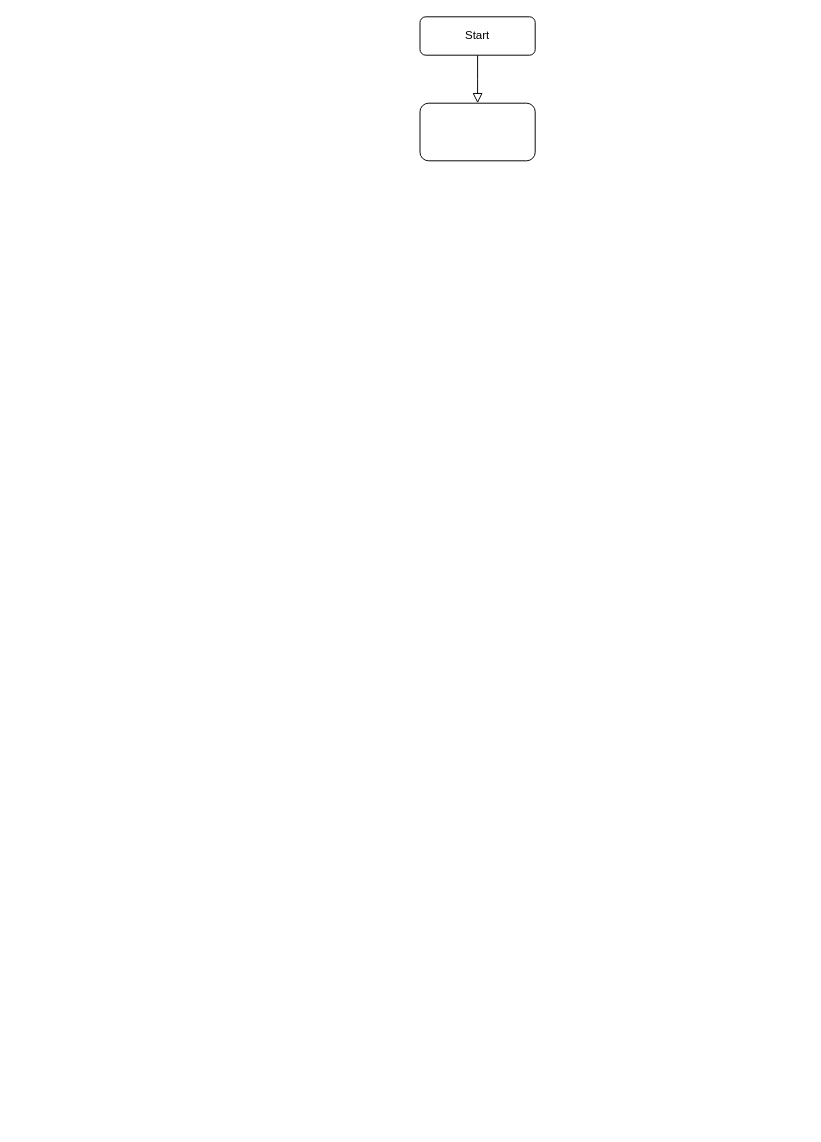
The draw.io diagram dotnet/AlghorithmsExampleProject/Untitled Diagram.drawio in kmaraszkiewicz86/tutorials, before the edit. Source tidied: cells renumbered, new cells numbered last; positions are measured from the earlier drawing's top-left corner, leaving out a move shared by most shapes. Both pictures are drawn from the tidied source at 96%, with x=0, y=0 at pixel (420, 16).
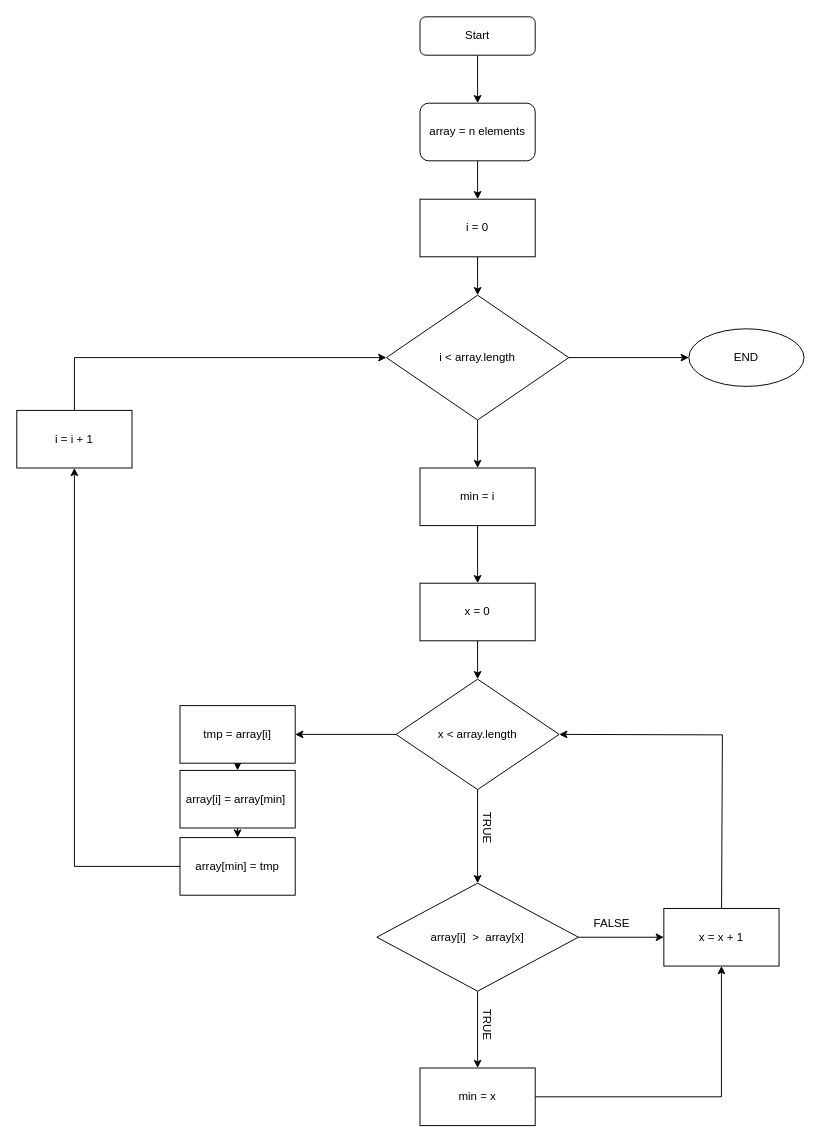
The same diagram, later.

The change refers to these unchanged cells:
```xml
<mxCell id="3" value="Start" style="rounded=1;whiteSpace=wrap;html=1;fontSize=12;glass=0;strokeWidth=1;shadow=0;" parent="1" vertex="1">
  <mxGeometry width="120" height="40" as="geometry" />
</mxCell>
```

The edit, as a diff of the source:
```diff
@@
-    <mxCell id="2" style="rounded=0;html=1;jettySize=auto;fontSize=11;endArrow=block;endFill=0;endSize=8;strokeWidth=1;shadow=0;labelBackgroundColor=none;edgeStyle=orthogonalEdgeStyle;" parent="1" edge="1" source="3">
-      <mxGeometry relative="1" as="geometry">
-        <mxPoint x="60" y="90" as="targetPoint" />
-      </mxGeometry>
-    </mxCell>
+    <mxCell id="9" style="edgeStyle=orthogonalEdgeStyle;rounded=0;jettySize=auto;html=1;" parent="1" edge="1" source="3" target="8">
+      <mxGeometry relative="1" as="geometry" />
+    </mxCell>
@@
+    <mxCell id="10" style="edgeStyle=none;rounded=0;jettySize=auto;html=1;" parent="1" edge="1" source="8" target="41">
+      <mxGeometry relative="1" as="geometry" />
+    </mxCell>
-    <mxCell id="8" style="rounded=1;whiteSpace=wrap;html=1;" parent="1" vertex="1">
+    <mxCell id="8" value="array = n elements" style="rounded=1;whiteSpace=wrap;html=1;" parent="1" vertex="1">
       <mxGeometry y="90" width="120" height="60" as="geometry" />
     </mxCell>
+    <mxCell id="11" style="edgeStyle=orthogonalEdgeStyle;rounded=0;jettySize=auto;html=1;" parent="1" edge="1" source="13" target="15">
+      <mxGeometry relative="1" as="geometry">
+        <Array as="points">
+          <mxPoint x="60" y="440" />
+          <mxPoint x="60" y="440" />
+        </Array>
+      </mxGeometry>
+    </mxCell>
+    <mxCell id="12" style="edgeStyle=none;rounded=0;jettySize=auto;html=1;" parent="1" edge="1" source="13" target="35">
+      <mxGeometry relative="1" as="geometry" />
+    </mxCell>
+    <mxCell id="13" value="i &amp;lt; array.length" style="rhombus;whiteSpace=wrap;html=1;" parent="1" vertex="1">
+      <mxGeometry x="-35" y="290" width="190" height="130" as="geometry" />
+    </mxCell>
+    <mxCell id="14" style="edgeStyle=none;rounded=0;jettySize=auto;html=1;" parent="1" edge="1" source="15" target="39">
+      <mxGeometry relative="1" as="geometry" />
+    </mxCell>
+    <mxCell id="15" value="min = i" style="rounded=0;whiteSpace=wrap;html=1;" parent="1" vertex="1">
+      <mxGeometry y="470" width="120" height="60" as="geometry" />
+    </mxCell>
+    <mxCell id="16" style="edgeStyle=orthogonalEdgeStyle;rounded=0;jettySize=auto;html=1;" parent="1" edge="1" source="18" target="21">
+      <mxGeometry relative="1" as="geometry" />
+    </mxCell>
+    <mxCell id="17" style="edgeStyle=none;rounded=0;jettySize=auto;html=1;" parent="1" edge="1" source="18" target="30">
+      <mxGeometry relative="1" as="geometry" />
+    </mxCell>
+    <mxCell id="18" value="x &amp;lt; array.length" style="rhombus;whiteSpace=wrap;html=1;rounded=0;" parent="1" vertex="1">
+      <mxGeometry x="-25" y="690" width="170" height="115" as="geometry" />
+    </mxCell>
+    <mxCell id="19" style="rounded=0;jettySize=auto;html=1;" parent="1" edge="1" source="21" target="25">
+      <mxGeometry relative="1" as="geometry" />
+    </mxCell>
+    <mxCell id="20" style="edgeStyle=none;rounded=0;jettySize=auto;html=1;" parent="1" edge="1" source="21" target="23">
+      <mxGeometry relative="1" as="geometry" />
+    </mxCell>
+    <mxCell id="21" value="array[i] &amp;nbsp;&amp;gt; &amp;nbsp;array[x]" style="rhombus;whiteSpace=wrap;html=1;rounded=0;" parent="1" vertex="1">
+      <mxGeometry x="-45" y="902.5" width="210" height="112.5" as="geometry" />
+    </mxCell>
+    <mxCell id="22" style="edgeStyle=none;rounded=0;jettySize=auto;html=1;entryX=0.5;entryY=1;entryDx=0;entryDy=0;" parent="1" edge="1" source="23" target="25">
+      <mxGeometry relative="1" as="geometry">
+        <Array as="points">
+          <mxPoint x="314" y="1125" />
+        </Array>
+      </mxGeometry>
+    </mxCell>
+    <mxCell id="23" value="min = x" style="whiteSpace=wrap;html=1;rounded=0;" parent="1" vertex="1">
+      <mxGeometry y="1095" width="120" height="60" as="geometry" />
+    </mxCell>
+    <mxCell id="24" style="edgeStyle=none;rounded=0;jettySize=auto;html=1;entryX=1;entryY=0.5;entryDx=0;entryDy=0;" parent="1" edge="1" source="25" target="18">
+      <mxGeometry relative="1" as="geometry">
+        <Array as="points">
+          <mxPoint x="315" y="748" />
+        </Array>
+      </mxGeometry>
+    </mxCell>
+    <mxCell id="25" value="x = x + 1" style="rounded=0;whiteSpace=wrap;html=1;" parent="1" vertex="1">
+      <mxGeometry x="254" y="928.8" width="120" height="60" as="geometry" />
+    </mxCell>
+    <mxCell id="26" value="FALSE" style="text;html=1;strokeColor=none;fillColor=none;align=center;verticalAlign=middle;whiteSpace=wrap;rounded=0;" parent="1" vertex="1">
+      <mxGeometry x="180" y="935" width="40" height="20" as="geometry" />
+    </mxCell>
+    <mxCell id="27" value="TRUE" style="text;html=1;strokeColor=none;fillColor=none;align=center;verticalAlign=middle;whiteSpace=wrap;rounded=0;rotation=90;" parent="1" vertex="1">
+      <mxGeometry x="50" y="835" width="40" height="20" as="geometry" />
+    </mxCell>
+    <mxCell id="28" value="TRUE" style="text;html=1;strokeColor=none;fillColor=none;align=center;verticalAlign=middle;whiteSpace=wrap;rounded=0;rotation=90;" parent="1" vertex="1">
+      <mxGeometry x="45" y="1035" width="50" height="30" as="geometry" />
+    </mxCell>
+    <mxCell id="29" style="edgeStyle=none;rounded=0;jettySize=auto;html=1;" parent="1" edge="1" source="30" target="32">
+      <mxGeometry relative="1" as="geometry" />
+    </mxCell>
+    <mxCell id="30" value="tmp = array[i]" style="whiteSpace=wrap;html=1;rounded=0;" parent="1" vertex="1">
+      <mxGeometry x="-250" y="717.5" width="120" height="60" as="geometry" />
+    </mxCell>
+    <mxCell id="31" style="edgeStyle=none;rounded=0;jettySize=auto;html=1;" parent="1" edge="1" source="32" target="34">
+      <mxGeometry relative="1" as="geometry" />
+    </mxCell>
+    <mxCell id="32" value="array[i] = array[min]&amp;nbsp;" style="whiteSpace=wrap;html=1;rounded=0;" parent="1" vertex="1">
+      <mxGeometry x="-250" y="785" width="120" height="60" as="geometry" />
+    </mxCell>
+    <mxCell id="33" style="edgeStyle=none;rounded=0;jettySize=auto;html=1;" parent="1" edge="1" source="34" target="37">
+      <mxGeometry relative="1" as="geometry">
+        <Array as="points">
+          <mxPoint x="-360" y="885" />
+        </Array>
+      </mxGeometry>
+    </mxCell>
+    <mxCell id="34" value="array[min] = tmp" style="whiteSpace=wrap;html=1;rounded=0;" parent="1" vertex="1">
+      <mxGeometry x="-250" y="855" width="120" height="60" as="geometry" />
+    </mxCell>
+    <mxCell id="35" value="END" style="ellipse;whiteSpace=wrap;html=1;" parent="1" vertex="1">
+      <mxGeometry x="280" y="325" width="120" height="60" as="geometry" />
+    </mxCell>
+    <mxCell id="36" style="edgeStyle=none;rounded=0;jettySize=auto;html=1;entryX=0;entryY=0.5;entryDx=0;entryDy=0;" parent="1" edge="1" source="37" target="13">
+      <mxGeometry relative="1" as="geometry">
+        <Array as="points">
+          <mxPoint x="-360" y="355" />
+          <mxPoint x="-190" y="355" />
+        </Array>
+      </mxGeometry>
+    </mxCell>
+    <mxCell id="37" value="i = i + 1&lt;br&gt;" style="rounded=0;whiteSpace=wrap;html=1;" parent="1" vertex="1">
+      <mxGeometry x="-420" y="410" width="120" height="60" as="geometry" />
+    </mxCell>
+    <mxCell id="38" style="edgeStyle=none;rounded=0;jettySize=auto;html=1;" parent="1" edge="1" source="39" target="18">
+      <mxGeometry relative="1" as="geometry" />
+    </mxCell>
+    <mxCell id="39" value="x = 0" style="rounded=0;whiteSpace=wrap;html=1;" parent="1" vertex="1">
+      <mxGeometry y="590" width="120" height="60" as="geometry" />
+    </mxCell>
+    <mxCell id="40" style="edgeStyle=none;rounded=0;jettySize=auto;html=1;" parent="1" edge="1" source="41" target="13">
+      <mxGeometry relative="1" as="geometry" />
+    </mxCell>
+    <mxCell id="41" value="i = 0" style="rounded=0;whiteSpace=wrap;html=1;" parent="1" vertex="1">
+      <mxGeometry y="190" width="120" height="60" as="geometry" />
+    </mxCell>
```
